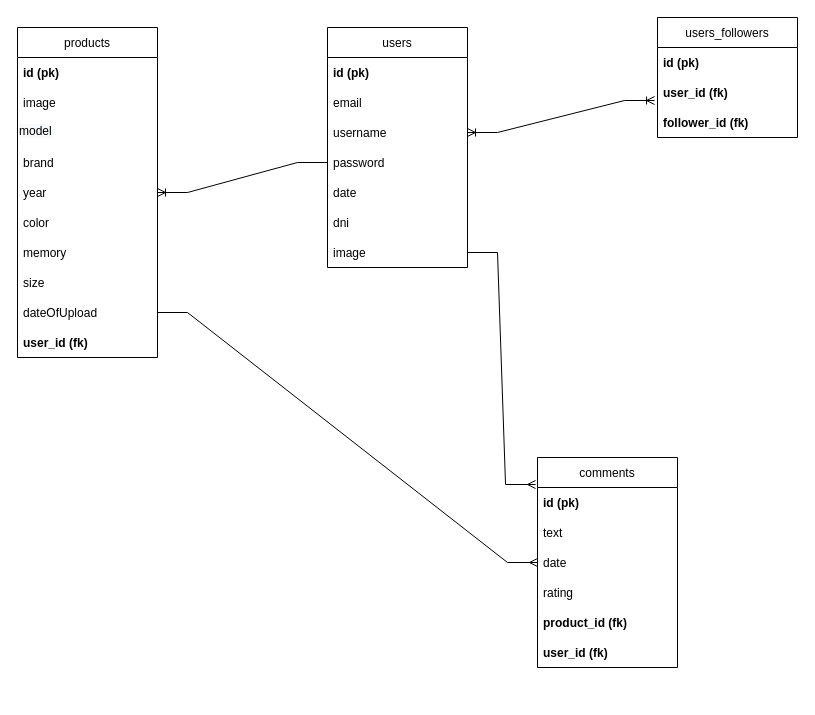
This is Prog2-G3/database/der/Untitled.drawio from martinquijano5/Prog-2-G3, a draw.io file, before an edit. Source tidied: cells renumbered, new cells numbered last; positions are measured from the earlier drawing's top-left corner, leaving out a move shared by most shapes. Both pictures are drawn from the tidied source at 100%, with x=0, y=0 at pixel (17, 17).
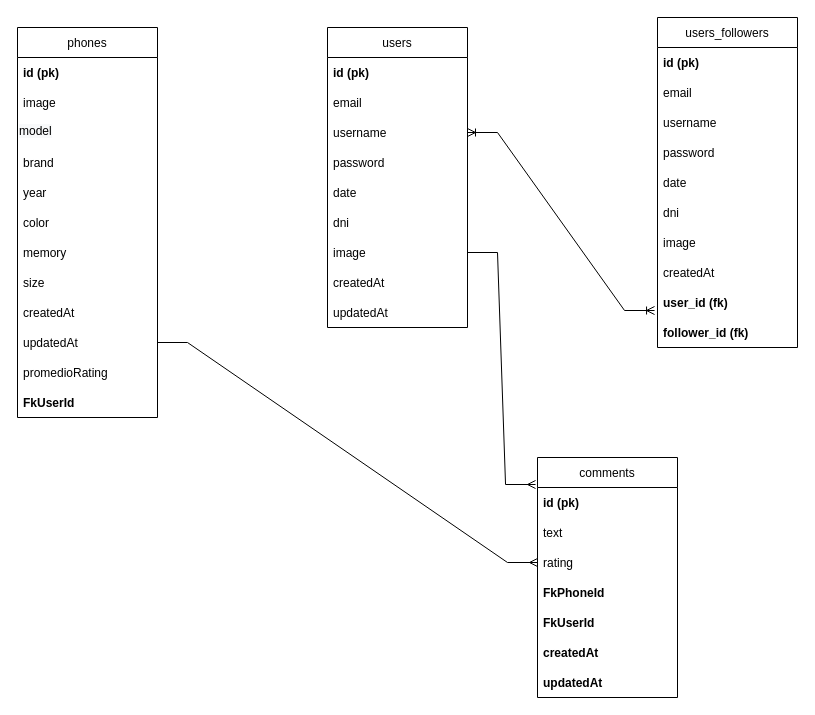
After the change.

Commit message:
cambio der

Unchanged cells that the change refers to:
```xml
<mxCell id="7" value="year" style="text;strokeColor=none;fillColor=none;align=left;verticalAlign=middle;spacingLeft=4;spacingRight=4;overflow=hidden;points=[[0,0.5],[1,0.5]];portConstraint=eastwest;" parent="2" vertex="1">
  <mxGeometry y="150" width="140" height="30" as="geometry" />
</mxCell>
<mxCell id="17" value="password" style="text;strokeColor=none;fillColor=none;align=left;verticalAlign=middle;spacingLeft=4;spacingRight=4;overflow=hidden;points=[[0,0.5],[1,0.5]];portConstraint=eastwest;" parent="13" vertex="1">
  <mxGeometry y="120" width="140" height="30" as="geometry" />
</mxCell>
```

What changed in the source:
```diff
@@
-    <mxCell id="2" value="products" style="swimlane;fontStyle=0;horizontal=1;startSize=30;" parent="1" vertex="1">
-      <mxGeometry y="10" width="140" height="330" as="geometry" />
+    <mxCell id="2" value="phones" style="swimlane;fontStyle=0;horizontal=1;startSize=30;" parent="1" vertex="1">
+      <mxGeometry y="10" width="140" height="390" as="geometry" />
     </mxCell>
@@
+    <mxCell id="36" value="createdAt" style="text;strokeColor=none;fillColor=none;align=left;verticalAlign=middle;spacingLeft=4;spacingRight=4;overflow=hidden;" parent="2" vertex="1">
+      <mxGeometry y="270" width="140" height="30" as="geometry" />
+    </mxCell>
-    <mxCell id="11" value="dateOfUpload" style="text;strokeColor=none;fillColor=none;align=left;verticalAlign=middle;spacingLeft=4;spacingRight=4;overflow=hidden;points=[[0,0.5],[1,0.5]];portConstraint=eastwest;" parent="2" vertex="1">
-      <mxGeometry y="270" width="140" height="30" as="geometry" />
+    <mxCell id="11" value="updatedAt" style="text;strokeColor=none;fillColor=none;align=left;verticalAlign=middle;spacingLeft=4;spacingRight=4;overflow=hidden;points=[[0,0.5],[1,0.5]];portConstraint=eastwest;" parent="2" vertex="1">
+      <mxGeometry y="300" width="140" height="30" as="geometry" />
     </mxCell>
+    <mxCell id="37" value="promedioRating" style="text;strokeColor=none;fillColor=none;align=left;verticalAlign=middle;spacingLeft=4;spacingRight=4;overflow=hidden;" parent="2" vertex="1">
+      <mxGeometry y="330" width="140" height="30" as="geometry" />
+    </mxCell>
-    <mxCell id="12" value="user_id (fk)" style="text;strokeColor=none;fillColor=none;align=left;verticalAlign=middle;spacingLeft=4;spacingRight=4;overflow=hidden;fontStyle=1;" parent="2" vertex="1">
-      <mxGeometry y="300" width="140" height="30" as="geometry" />
+    <mxCell id="12" value="FkUserId" style="text;strokeColor=none;fillColor=none;align=left;verticalAlign=middle;spacingLeft=4;spacingRight=4;overflow=hidden;fontStyle=1;" parent="2" vertex="1">
+      <mxGeometry y="360" width="140" height="30" as="geometry" />
     </mxCell>
     <mxCell id="13" value="users" style="swimlane;fontStyle=0;horizontal=1;startSize=30;" parent="1" vertex="1">
-      <mxGeometry x="310" y="10" width="140" height="240" as="geometry" />
+      <mxGeometry x="310" y="10" width="140" height="300" as="geometry" />
     </mxCell>
@@
+    <mxCell id="38" value="createdAt" style="text;strokeColor=none;fillColor=none;align=left;verticalAlign=middle;spacingLeft=4;spacingRight=4;overflow=hidden;" parent="13" vertex="1">
+      <mxGeometry y="240" width="140" height="30" as="geometry" />
+    </mxCell>
+    <mxCell id="39" value="updatedAt" style="text;strokeColor=none;fillColor=none;align=left;verticalAlign=middle;spacingLeft=4;spacingRight=4;overflow=hidden;" parent="13" vertex="1">
+      <mxGeometry y="270" width="140" height="30" as="geometry" />
+    </mxCell>
     <mxCell id="21" value="comments" style="swimlane;fontStyle=0;horizontal=1;startSize=30;" parent="1" vertex="1">
-      <mxGeometry x="520" y="440" width="140" height="210" as="geometry" />
+      <mxGeometry x="520" y="440" width="140" height="240" as="geometry" />
     </mxCell>
@@
-    <mxCell id="24" value="date" style="text;strokeColor=none;fillColor=none;align=left;verticalAlign=middle;spacingLeft=4;spacingRight=4;overflow=hidden;points=[[0,0.5],[1,0.5]];portConstraint=eastwest;" parent="21" vertex="1">
-      <mxGeometry y="90" width="140" height="30" as="geometry" />
-    </mxCell>
     <mxCell id="25" value="rating" style="text;strokeColor=none;fillColor=none;align=left;verticalAlign=middle;spacingLeft=4;spacingRight=4;overflow=hidden;" parent="21" vertex="1">
-      <mxGeometry y="120" width="140" height="30" as="geometry" />
+      <mxGeometry y="90" width="140" height="30" as="geometry" />
     </mxCell>
-    <mxCell id="26" value="product_id (fk)" style="text;strokeColor=none;fillColor=none;align=left;verticalAlign=middle;spacingLeft=4;spacingRight=4;overflow=hidden;fontStyle=1;" parent="21" vertex="1">
-      <mxGeometry y="150" width="140" height="30" as="geometry" />
-    </mxCell>
+    <mxCell id="40" value="FkPhoneId " style="text;strokeColor=none;fillColor=none;align=left;verticalAlign=middle;spacingLeft=4;spacingRight=4;overflow=hidden;fontStyle=1;" parent="21" vertex="1">
+      <mxGeometry y="120" width="140" height="30" as="geometry" />
+    </mxCell>
+    <mxCell id="41" value="FkUserId" style="text;strokeColor=none;fillColor=none;align=left;verticalAlign=middle;spacingLeft=4;spacingRight=4;overflow=hidden;fontStyle=1;" parent="21" vertex="1">
+      <mxGeometry y="150" width="140" height="30" as="geometry" />
+    </mxCell>
+    <mxCell id="42" value="createdAt" style="text;strokeColor=none;fillColor=none;align=left;verticalAlign=middle;spacingLeft=4;spacingRight=4;overflow=hidden;fontStyle=1;" parent="21" vertex="1">
+      <mxGeometry y="180" width="140" height="30" as="geometry" />
+    </mxCell>
-    <mxCell id="27" value="user_id (fk)" style="text;strokeColor=none;fillColor=none;align=left;verticalAlign=middle;spacingLeft=4;spacingRight=4;overflow=hidden;fontStyle=1;" parent="21" vertex="1">
-      <mxGeometry y="180" width="140" height="30" as="geometry" />
+    <mxCell id="27" value="updatedAt" style="text;strokeColor=none;fillColor=none;align=left;verticalAlign=middle;spacingLeft=4;spacingRight=4;overflow=hidden;fontStyle=1;" parent="21" vertex="1">
+      <mxGeometry y="210" width="140" height="30" as="geometry" />
     </mxCell>
-    <mxCell id="28" style="edgeStyle=entityRelationEdgeStyle;fontSize=12;html=1;endArrow=ERoneToMany;rounded=0;exitX=0;exitY=0.5;exitDx=0;exitDy=0;entryX=1;entryY=0.5;entryDx=0;entryDy=0;" parent="1" edge="1" source="17" target="7">
-      <mxGeometry relative="1" as="geometry" />
-    </mxCell>
-    <mxCell id="29" style="edgeStyle=entityRelationEdgeStyle;fontSize=12;html=1;endArrow=ERmany;rounded=0;entryX=0;entryY=0.5;entryDx=0;entryDy=0;exitX=1;exitY=0.5;exitDx=0;exitDy=0;" parent="1" edge="1" source="11" target="24">
-      <mxGeometry relative="1" as="geometry" />
+    <mxCell id="29" style="edgeStyle=entityRelationEdgeStyle;fontSize=12;html=1;endArrow=ERmany;rounded=0;entryX=0;entryY=0.5;entryDx=0;entryDy=0;exitX=1;exitY=0.5;exitDx=0;exitDy=0;" parent="1" edge="1" source="11">
+      <mxGeometry relative="1" as="geometry">
+        <mxPoint x="520" y="545" as="targetPoint" />
+      </mxGeometry>
     </mxCell>
     <mxCell id="30" value="users_followers" style="swimlane;fontStyle=0;horizontal=1;startSize=30;" parent="1" vertex="1">
-      <mxGeometry x="640" width="140" height="120" as="geometry" />
+      <mxGeometry x="640" width="140" height="330" as="geometry" />
     </mxCell>
@@
+    <mxCell id="43" value="email" style="text;strokeColor=none;fillColor=none;align=left;verticalAlign=middle;spacingLeft=4;spacingRight=4;overflow=hidden;" parent="30" vertex="1">
+      <mxGeometry y="60" width="140" height="30" as="geometry" />
+    </mxCell>
+    <mxCell id="44" value="username" style="text;strokeColor=none;fillColor=none;align=left;verticalAlign=middle;spacingLeft=4;spacingRight=4;overflow=hidden;" parent="30" vertex="1">
+      <mxGeometry y="90" width="140" height="30" as="geometry" />
+    </mxCell>
+    <mxCell id="45" value="password" style="text;strokeColor=none;fillColor=none;align=left;verticalAlign=middle;spacingLeft=4;spacingRight=4;overflow=hidden;" parent="30" vertex="1">
+      <mxGeometry y="120" width="140" height="30" as="geometry" />
+    </mxCell>
+    <mxCell id="24" value="date" style="text;strokeColor=none;fillColor=none;align=left;verticalAlign=middle;spacingLeft=4;spacingRight=4;overflow=hidden;points=[[0,0.5],[1,0.5]];portConstraint=eastwest;" parent="30" vertex="1">
+      <mxGeometry y="150" width="140" height="30" as="geometry" />
+    </mxCell>
+    <mxCell id="46" value="dni" style="text;strokeColor=none;fillColor=none;align=left;verticalAlign=middle;spacingLeft=4;spacingRight=4;overflow=hidden;" parent="30" vertex="1">
+      <mxGeometry y="180" width="140" height="30" as="geometry" />
+    </mxCell>
+    <mxCell id="47" value="image" style="text;strokeColor=none;fillColor=none;align=left;verticalAlign=middle;spacingLeft=4;spacingRight=4;overflow=hidden;" parent="30" vertex="1">
+      <mxGeometry y="210" width="140" height="30" as="geometry" />
+    </mxCell>
+    <mxCell id="48" value="createdAt" style="text;strokeColor=none;fillColor=none;align=left;verticalAlign=middle;spacingLeft=4;spacingRight=4;overflow=hidden;" parent="30" vertex="1">
+      <mxGeometry y="240" width="140" height="30" as="geometry" />
+    </mxCell>
     <mxCell id="32" value="user_id (fk)" style="text;strokeColor=none;fillColor=none;align=left;verticalAlign=middle;spacingLeft=4;spacingRight=4;overflow=hidden;points=[[0,0.5],[1,0.5]];portConstraint=eastwest;fontStyle=1;" parent="30" vertex="1">
-      <mxGeometry y="60" width="140" height="30" as="geometry" />
+      <mxGeometry y="270" width="140" height="30" as="geometry" />
     </mxCell>
     <mxCell id="33" value="follower_id (fk)" style="text;strokeColor=none;fillColor=none;align=left;verticalAlign=middle;spacingLeft=4;spacingRight=4;overflow=hidden;fontStyle=1;" parent="30" vertex="1">
-      <mxGeometry y="90" width="140" height="30" as="geometry" />
+      <mxGeometry y="300" width="140" height="30" as="geometry" />
     </mxCell>
```
